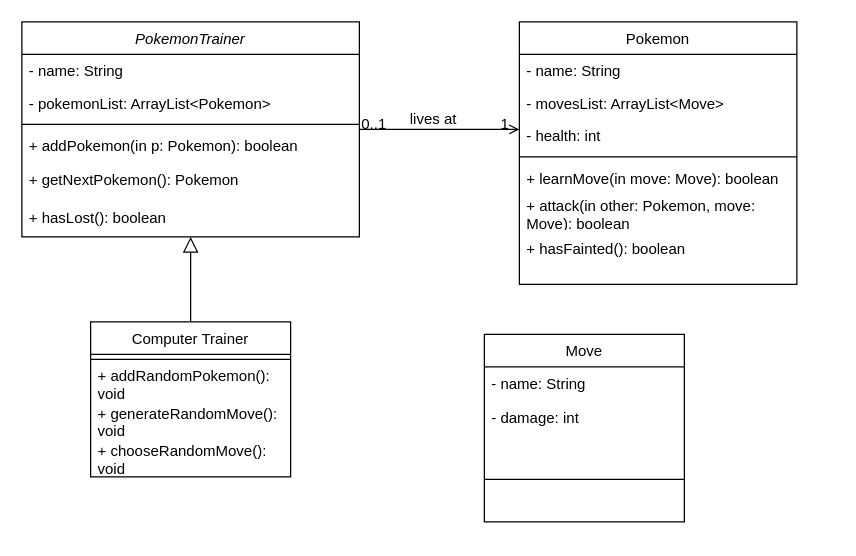
The draw.io diagram PokemonClass.drawio in MrsMorrisPH/APCSAFinalProjectTest, before the edit. Source tidied: cells renumbered, new cells numbered last; positions are measured from the earlier drawing's top-left corner, leaving out a move shared by most shapes. Both pictures are drawn from the tidied source at 125%, with x=0, y=0 at pixel (21, 21).
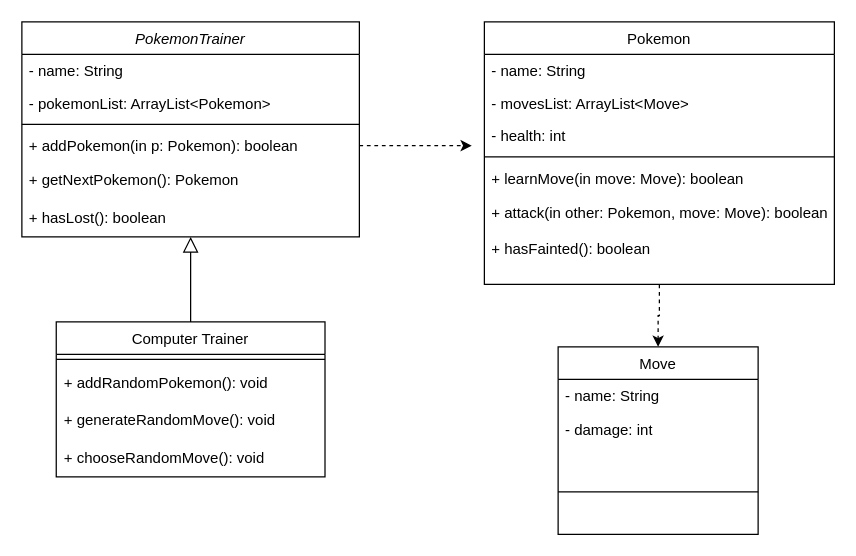
The same diagram, later.

Unchanged cells that the change refers to:
```xml
<mxCell id="2" value="PokemonTrainer" style="swimlane;fontStyle=2;align=center;verticalAlign=top;horizontal=1;startSize=26;rounded=0;shadow=0;strokeWidth=1;" parent="1" vertex="1">
  <mxGeometry width="270" height="172" as="geometry" />
</mxCell>
<mxCell id="6" value="+ addPokemon(in p: Pokemon): boolean" style="text;align=left;verticalAlign=top;spacingLeft=4;spacingRight=4;overflow=hidden;points=[[0,0.5],[1,0.5]];portConstraint=eastwest;" parent="2" vertex="1">
  <mxGeometry y="86" width="270" height="26" as="geometry" />
</mxCell>
```

Diff of the diagram source:
```diff
@@
     <mxCell id="9" value="Computer Trainer" style="swimlane;fontStyle=0;align=center;verticalAlign=top;horizontal=1;startSize=26;rounded=0;shadow=0;strokeWidth=1;" parent="1" vertex="1">
-      <mxGeometry x="55" y="240" width="160" height="124" as="geometry" />
+      <mxGeometry x="27.5" y="240" width="215" height="124" as="geometry" />
     </mxCell>
     <mxCell id="10" style="line;html=1;strokeWidth=1;align=left;verticalAlign=middle;spacingTop=-1;spacingLeft=3;spacingRight=3;labelPosition=right;" parent="9" vertex="1">
-      <mxGeometry y="26" width="160" height="8" as="geometry" />
+      <mxGeometry y="26" width="215" height="8" as="geometry" />
     </mxCell>
     <mxCell id="11" value="+&amp;nbsp;addRandomPokemon(): void" style="text;strokeColor=none;fillColor=none;align=left;verticalAlign=middle;spacingLeft=4;spacingRight=4;overflow=hidden;whiteSpace=wrap;html=1;" parent="9" vertex="1">
-      <mxGeometry y="34" width="160" height="30" as="geometry" />
+      <mxGeometry y="34" width="215" height="30" as="geometry" />
     </mxCell>
     <mxCell id="12" value="+ generateRandomMove(): void" style="text;strokeColor=none;fillColor=none;align=left;verticalAlign=middle;spacingLeft=4;spacingRight=4;overflow=hidden;whiteSpace=wrap;html=1;" parent="9" vertex="1">
-      <mxGeometry y="64" width="160" height="30" as="geometry" />
+      <mxGeometry y="64" width="215" height="30" as="geometry" />
     </mxCell>
     <mxCell id="13" value="+ chooseRandomMove(): void" style="text;strokeColor=none;fillColor=none;align=left;verticalAlign=middle;spacingLeft=4;spacingRight=4;overflow=hidden;whiteSpace=wrap;html=1;" parent="9" vertex="1">
-      <mxGeometry y="94" width="160" height="30" as="geometry" />
+      <mxGeometry y="94" width="215" height="30" as="geometry" />
     </mxCell>
@@
+    <mxCell id="31" style="edgeStyle=orthogonalEdgeStyle;rounded=0;jettySize=auto;html=1;exitX=0.5;exitY=1;exitDx=0;exitDy=0;entryX=0.5;entryY=0;entryDx=0;entryDy=0;dashed=1;" parent="1" edge="1" source="15" target="27">
+      <mxGeometry relative="1" as="geometry" />
+    </mxCell>
     <mxCell id="15" value="Pokemon" style="swimlane;fontStyle=0;align=center;verticalAlign=top;horizontal=1;startSize=26;rounded=0;shadow=0;strokeWidth=1;" parent="1" vertex="1">
-      <mxGeometry x="398" width="222" height="210" as="geometry" />
+      <mxGeometry x="370" width="280" height="210" as="geometry" />
     </mxCell>
     <mxCell id="16" value="- name: String" style="text;align=left;verticalAlign=top;spacingLeft=4;spacingRight=4;overflow=hidden;" parent="15" vertex="1">
-      <mxGeometry y="26" width="222" height="26" as="geometry" />
+      <mxGeometry y="26" width="280" height="26" as="geometry" />
     </mxCell>
     <mxCell id="17" value="- movesList: ArrayList&lt;Move&gt;" style="text;align=left;verticalAlign=top;spacingLeft=4;spacingRight=4;overflow=hidden;rounded=0;shadow=0;html=0;" parent="15" vertex="1">
-      <mxGeometry y="52" width="222" height="26" as="geometry" />
+      <mxGeometry y="52" width="280" height="26" as="geometry" />
     </mxCell>
     <mxCell id="18" value="- health: int" style="text;align=left;verticalAlign=top;spacingLeft=4;spacingRight=4;overflow=hidden;points=[[0,0.5],[1,0.5]];portConstraint=eastwest;rounded=0;shadow=0;html=0;" parent="15" vertex="1">
-      <mxGeometry y="78" width="222" height="26" as="geometry" />
+      <mxGeometry y="78" width="280" height="26" as="geometry" />
     </mxCell>
     <mxCell id="19" style="line;html=1;strokeWidth=1;align=left;verticalAlign=middle;spacingTop=-1;spacingLeft=3;spacingRight=3;labelPosition=right;" parent="15" vertex="1">
-      <mxGeometry y="104" width="222" height="8" as="geometry" />
+      <mxGeometry y="104" width="280" height="8" as="geometry" />
     </mxCell>
     <mxCell id="20" value="+ learnMove(in move: Move): boolean" style="text;align=left;verticalAlign=top;spacingLeft=4;spacingRight=4;overflow=hidden;" parent="15" vertex="1">
-      <mxGeometry y="112" width="222" height="26" as="geometry" />
+      <mxGeometry y="112" width="280" height="26" as="geometry" />
     </mxCell>
     <mxCell id="21" value="+ attack(in other: Pokemon, move: Move): boolean" style="text;strokeColor=none;fillColor=none;align=left;verticalAlign=middle;spacingLeft=4;spacingRight=4;overflow=hidden;whiteSpace=wrap;html=1;" parent="15" vertex="1">
-      <mxGeometry y="138" width="222" height="30" as="geometry" />
+      <mxGeometry y="138" width="280" height="30" as="geometry" />
     </mxCell>
     <mxCell id="22" value="+ hasFainted(): boolean" style="text;align=left;verticalAlign=top;spacingLeft=4;spacingRight=4;overflow=hidden;" parent="15" vertex="1">
-      <mxGeometry y="168" width="222" height="26" as="geometry" />
+      <mxGeometry y="168" width="280" height="26" as="geometry" />
     </mxCell>
-    <mxCell id="23" style="endArrow=open;shadow=0;strokeWidth=1;rounded=0;curved=0;endFill=1;edgeStyle=elbowEdgeStyle;elbow=vertical;" parent="1" edge="1" source="2" target="15">
-      <mxGeometry x="0.5" y="41" relative="1" as="geometry">
-        <mxPoint x="-40" y="32" as="offset" />
-      </mxGeometry>
-    </mxCell>
-    <mxCell id="24" value="0..1" style="align=left;verticalAlign=bottom;labelBackgroundColor=none;fontSize=12;" parent="23" vertex="1">
-      <mxGeometry x="-1" relative="1" as="geometry">
-        <mxPoint y="4" as="offset" />
-      </mxGeometry>
-    </mxCell>
-    <mxCell id="25" value="1" style="align=right;verticalAlign=bottom;labelBackgroundColor=none;fontSize=12;" parent="23" vertex="1">
-      <mxGeometry x="1" relative="1" as="geometry">
-        <mxPoint x="-7" y="4" as="offset" />
-      </mxGeometry>
-    </mxCell>
-    <mxCell id="26" value="lives at" style="text;html=1;align=center;verticalAlign=middle;labelBackgroundColor=none;rounded=0;shadow=0;strokeWidth=1;fontSize=12;" parent="23" vertex="1">
-      <mxGeometry x="0.5" y="49" relative="1" as="geometry">
-        <mxPoint x="-38" y="40" as="offset" />
-      </mxGeometry>
-    </mxCell>
     <mxCell id="27" value="Move" style="swimlane;fontStyle=0;align=center;verticalAlign=top;horizontal=1;startSize=26;rounded=0;shadow=0;strokeWidth=1;" parent="1" vertex="1">
-      <mxGeometry x="370" y="250" width="160" height="150" as="geometry" />
+      <mxGeometry x="429" y="260" width="160" height="150" as="geometry" />
     </mxCell>
@@
+    <mxCell id="32" style="edgeStyle=orthogonalEdgeStyle;rounded=0;jettySize=auto;html=1;exitX=1;exitY=0.5;exitDx=0;exitDy=0;entryX=-0.036;entryY=0.808;entryDx=0;entryDy=0;entryPerimeter=0;dashed=1;" parent="1" edge="1" source="6" target="18">
+      <mxGeometry relative="1" as="geometry" />
+    </mxCell>
```
